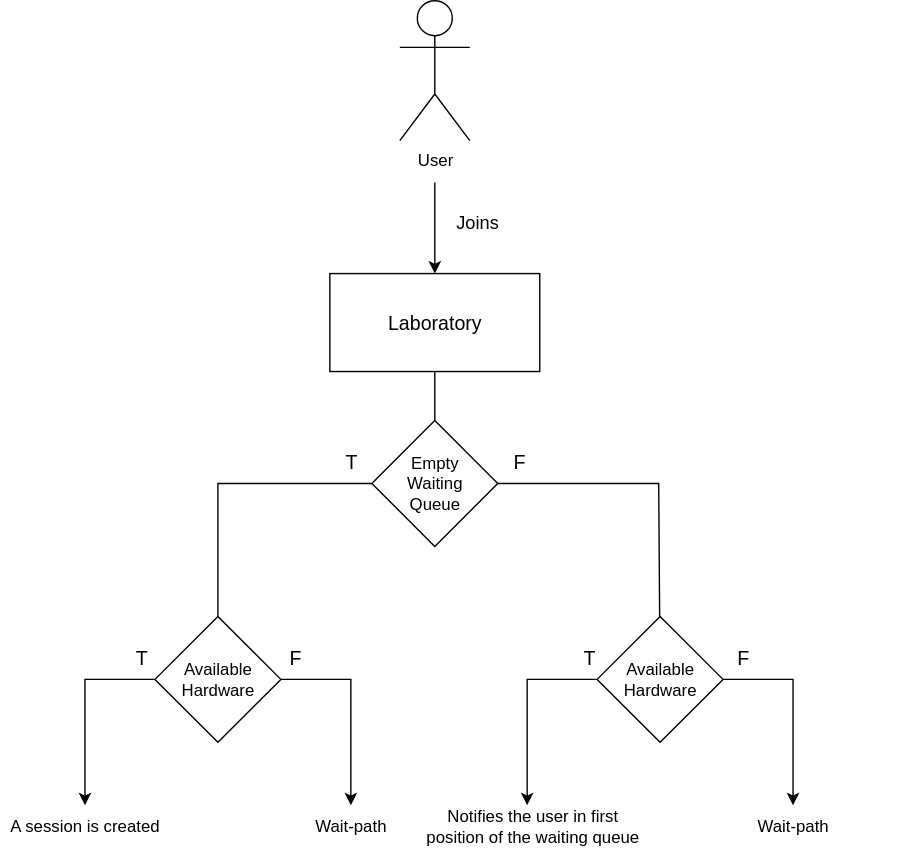
Above: img/api/lab_waiting_queue.drawio.svg in isel-remote-lab/documentation (draw.io), before the change. Source tidied: cells renumbered, new cells last; positions are measured from the earlier drawing's top-left corner, leaving out a move shared by most shapes.
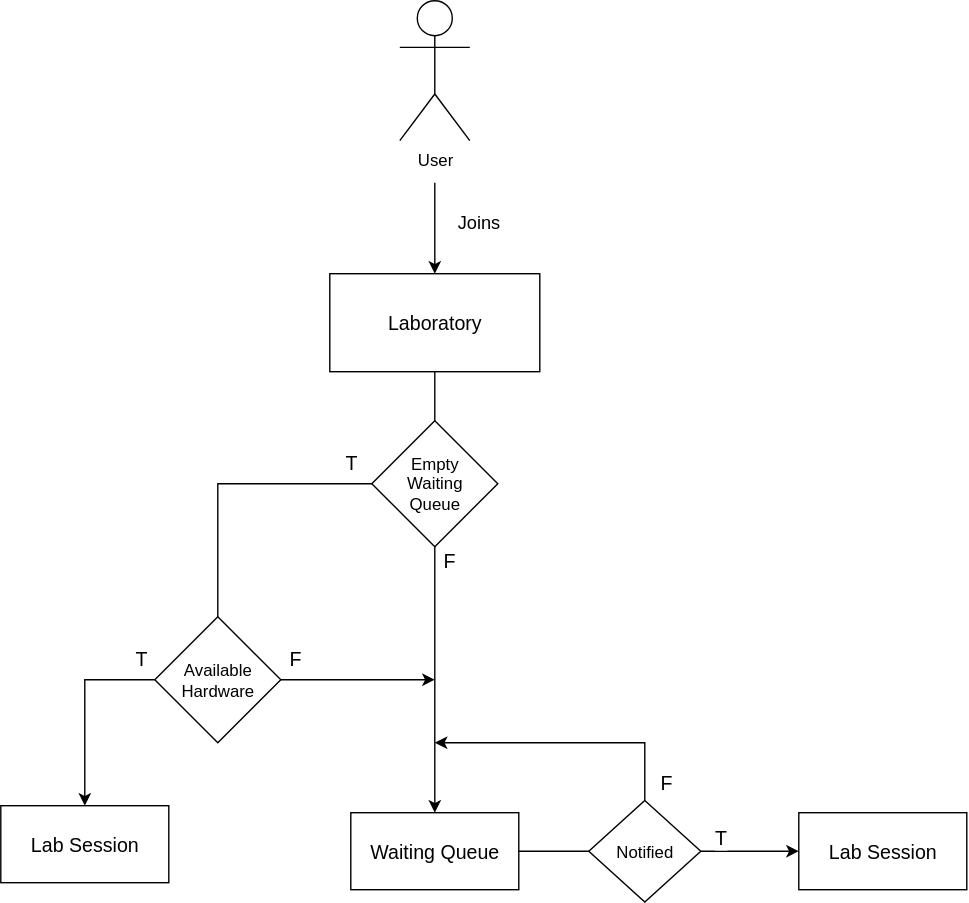
Later version of the same file.

Change to the diagram source:
```diff
@@ -18,18 +18,6 @@
         <mxPoint x="29" y="3" as="offset" />
       </mxGeometry>
     </mxCell>
-    <mxCell id="6" value="A session is created" style="text;html=1;align=center;verticalAlign=middle;whiteSpace=wrap;rounded=0;" parent="1" vertex="1">
-      <mxGeometry y="575" width="120" height="30" as="geometry" />
-    </mxCell>
-    <mxCell id="7" value="Wait-path" style="text;html=1;align=center;verticalAlign=middle;whiteSpace=wrap;rounded=0;" parent="1" vertex="1">
-      <mxGeometry x="170" y="575" width="160" height="30" as="geometry" />
-    </mxCell>
-    <mxCell id="8" value="Notifies the user in first position of the waiting queue" style="text;html=1;align=center;verticalAlign=middle;whiteSpace=wrap;rounded=0;" parent="1" vertex="1">
-      <mxGeometry x="300" y="575" width="160" height="30" as="geometry" />
-    </mxCell>
-    <mxCell id="9" value="Wait-path" style="text;html=1;align=center;verticalAlign=middle;whiteSpace=wrap;rounded=0;" parent="1" vertex="1">
-      <mxGeometry x="486" y="575" width="160" height="30" as="geometry" />
-    </mxCell>
     <mxCell id="10" value="Empty&lt;div&gt;Waiting&lt;/div&gt;&lt;div&gt;Queue&lt;/div&gt;" style="rhombus;whiteSpace=wrap;html=1;" parent="1" vertex="1">
       <mxGeometry x="265" y="300" width="90" height="90" as="geometry" />
     </mxCell>
@@ -39,20 +27,14 @@
     <mxCell id="12" value="Available&lt;div&gt;Hardware&lt;/div&gt;" style="rhombus;whiteSpace=wrap;html=1;" parent="1" vertex="1">
       <mxGeometry x="110" y="440" width="90" height="90" as="geometry" />
     </mxCell>
-    <mxCell id="13" value="T" style="endArrow=classic;html=1;rounded=0;fontSize=14;" parent="1" edge="1" source="12" target="6">
+    <mxCell id="13" value="T" style="endArrow=classic;html=1;rounded=0;fontSize=14;" parent="1" edge="1" source="12">
       <mxGeometry x="-0.86" y="-15" relative="1" as="geometry">
+        <mxPoint x="60" y="575" as="targetPoint" />
         <Array as="points">
           <mxPoint x="60" y="485" />
         </Array>
       </mxGeometry>
     </mxCell>
-    <mxCell id="14" value="F" style="endArrow=classic;html=1;rounded=0;fontSize=14;" parent="1" edge="1" source="12" target="7">
-      <mxGeometry x="-0.86" y="15" relative="1" as="geometry">
-        <Array as="points">
-          <mxPoint x="250" y="485" />
-        </Array>
-      </mxGeometry>
-    </mxCell>
     <mxCell id="15" value="T" style="endArrow=none;html=1;rounded=0;fontSize=14;" parent="1" edge="1" source="12" target="10">
       <mxGeometry x="0.85" y="15" relative="1" as="geometry">
         <Array as="points">
@@ -60,31 +42,40 @@
         </Array>
       </mxGeometry>
     </mxCell>
-    <mxCell id="16" value="Available&lt;div&gt;Hardware&lt;/div&gt;" style="rhombus;whiteSpace=wrap;html=1;" parent="1" vertex="1">
-      <mxGeometry x="426" y="440" width="90" height="90" as="geometry" />
-    </mxCell>
-    <mxCell id="17" value="F" style="endArrow=none;html=1;rounded=0;fontSize=14;" parent="1" edge="1" source="16" target="10">
-      <mxGeometry x="0.86" y="-15" relative="1" as="geometry">
-        <Array as="points">
-          <mxPoint x="470" y="345" />
-        </Array>
-      </mxGeometry>
-    </mxCell>
+    <mxCell id="20" value="Lab Session" style="rounded=0;whiteSpace=wrap;html=1;fontSize=14;" parent="1" vertex="1">
+      <mxGeometry y="575" width="120" height="55" as="geometry" />
+    </mxCell>
+    <mxCell id="21" value="Waiting Queue" style="rounded=0;whiteSpace=wrap;html=1;fontSize=14;" parent="1" vertex="1">
+      <mxGeometry x="250" y="580" width="120" height="55" as="geometry" />
+    </mxCell>
+    <mxCell id="22" value="Notified" style="rhombus;whiteSpace=wrap;html=1;" parent="1" vertex="1">
+      <mxGeometry x="420" y="571.2" width="80" height="72.5" as="geometry" />
+    </mxCell>
+    <mxCell id="23" style="endArrow=none;html=1;rounded=0;" parent="1" edge="1" source="22" target="21">
+      <mxGeometry relative="1" as="geometry" />
+    </mxCell>
+    <mxCell id="24" value="F" style="endArrow=classic;html=1;rounded=0;fontSize=14;" parent="1" edge="1" source="22">
+      <mxGeometry x="-0.87" y="-15" relative="1" as="geometry">
+        <mxPoint x="310" y="530" as="targetPoint" />
+        <Array as="points">
+          <mxPoint x="460" y="530" />
+          <mxPoint x="440" y="530" />
+        </Array>
+      </mxGeometry>
+    </mxCell>
+    <mxCell id="25" value="Lab Session" style="rounded=0;whiteSpace=wrap;html=1;fontSize=14;" parent="1" vertex="1">
+      <mxGeometry x="570" y="580" width="120" height="55" as="geometry" />
+    </mxCell>
-    <mxCell id="18" value="T" style="endArrow=classic;html=1;rounded=0;fontSize=14;" parent="1" edge="1" source="16">
-      <mxGeometry x="-0.91" y="-15" relative="1" as="geometry">
-        <mxPoint x="376" y="575" as="targetPoint" />
-        <Array as="points">
-          <mxPoint x="376" y="485" />
-        </Array>
-      </mxGeometry>
+    <mxCell id="18" value="T" style="endArrow=classic;html=1;rounded=0;fontSize=14;" parent="1" edge="1" source="22" target="25">
+      <mxGeometry x="-0.6" y="10" relative="1" as="geometry" />
     </mxCell>
-    <mxCell id="19" value="F" style="endArrow=classic;html=1;rounded=0;fontSize=14;" parent="1" edge="1" target="9">
-      <mxGeometry x="-0.8" y="15" relative="1" as="geometry">
-        <mxPoint x="516" y="485" as="sourcePoint" />
-        <Array as="points">
-          <mxPoint x="566" y="485" />
-        </Array>
-      </mxGeometry>
-    </mxCell>
+    <mxCell id="26" value="F" style="endArrow=classic;html=1;rounded=0;fontSize=14;" parent="1" edge="1" source="12">
+      <mxGeometry x="-0.82" y="15" relative="1" as="geometry">
+        <mxPoint x="310" y="485" as="targetPoint" />
+      </mxGeometry>
+    </mxCell>
+    <mxCell id="27" value="F" style="endArrow=classic;html=1;rounded=0;fontSize=14;" parent="1" edge="1" source="10" target="21">
+      <mxGeometry x="-0.89" y="10" relative="1" as="geometry" />
+    </mxCell>
   </root>
 </mxGraphModel>
```
